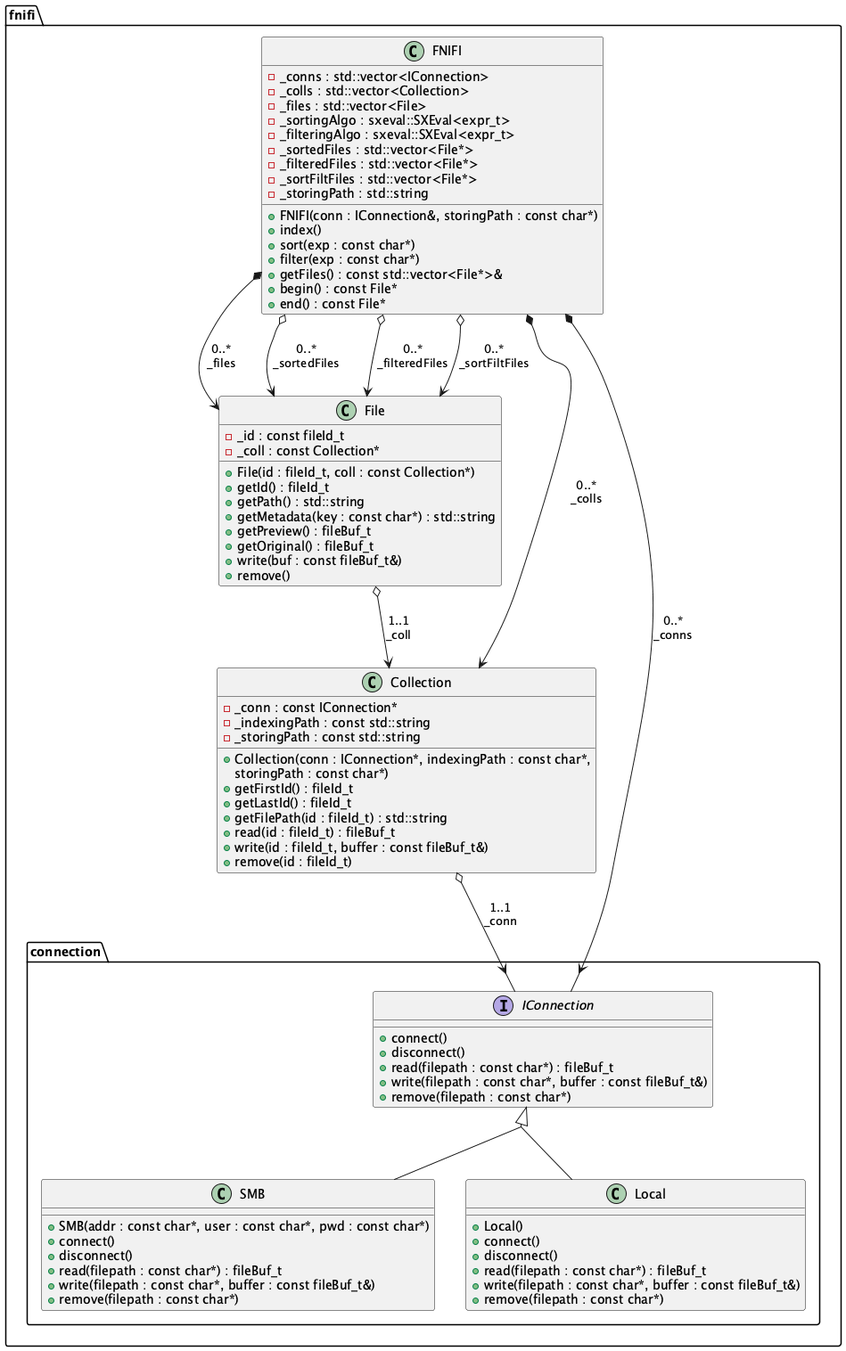
This is resources/architecture.png from abadiet/FNIFI, a PlantUML export, as it was before one commit.
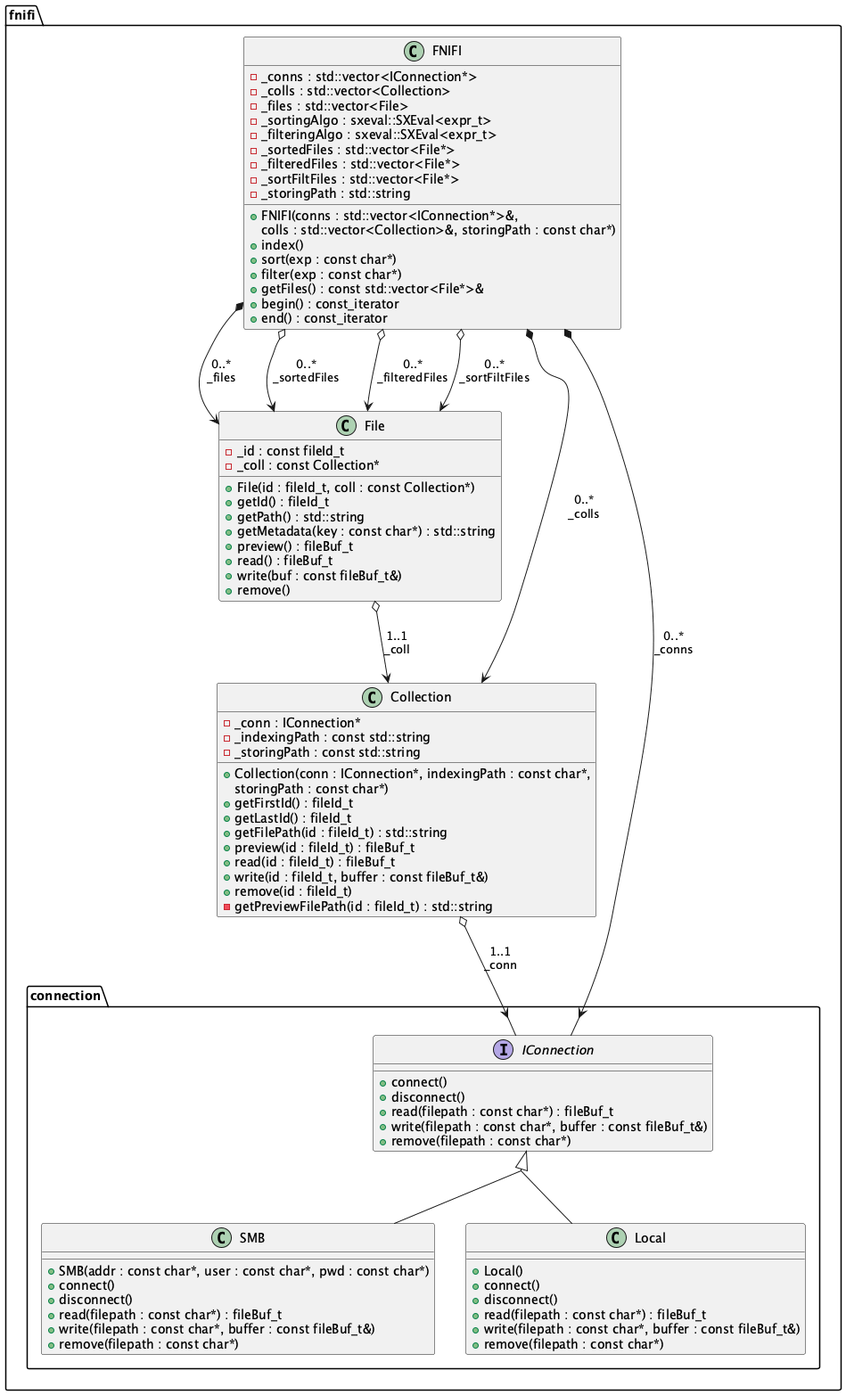
Above is the later version.

Diff of the diagram source:
```diff
@@ -4,7 +4,7 @@
 
 package fnifi {
     class FNIFI {
-        -_conns : std::vector<IConnection>
+        -_conns : std::vector<IConnection*>
         -_colls : std::vector<Collection>
         -_files : std::vector<File>
         -_sortingAlgo : sxeval::SXEval<expr_t>
@@ -13,13 +13,14 @@
         -_filteredFiles : std::vector<File*>
         -_sortFiltFiles : std::vector<File*>
         -_storingPath : std::string
-        +FNIFI(conn : IConnection&, storingPath : const char*)
+        +FNIFI(conns : std::vector<IConnection*>&,
+        colls : std::vector<Collection>&, storingPath : const char*)
         +index()
         +sort(exp : const char*)
         +filter(exp : const char*)
         +getFiles() : const std::vector<File*>&
-        +begin() : const File*
-        +end() : const File*
+        +begin() : const_iterator
+        +end() : const_iterator
     }
 
     class File {
@@ -29,14 +30,14 @@
         +getId() : fileId_t
         +getPath() : std::string
         +getMetadata(key : const char*) : std::string
-        +getPreview() : fileBuf_t
-        +getOriginal() : fileBuf_t
+        +preview() : fileBuf_t
+        +read() : fileBuf_t
         +write(buf : const fileBuf_t&)
         +remove()
     }
 
     class Collection {
-        -_conn : const IConnection*
+        -_conn : IConnection*
         -_indexingPath : const std::string
         -_storingPath : const std::string
         +Collection(conn : IConnection*, indexingPath : const char*,
@@ -44,9 +45,11 @@
         +getFirstId() : fileId_t
         +getLastId() : fileId_t
         +getFilePath(id : fileId_t) : std::string
+        +preview(id : fileId_t) : fileBuf_t
         +read(id : fileId_t) : fileBuf_t
         +write(id : fileId_t, buffer : const fileBuf_t&)
         +remove(id : fileId_t)
+        -getPreviewFilePath(id : fileId_t) : std::string
     }
 
     package connection {
```
